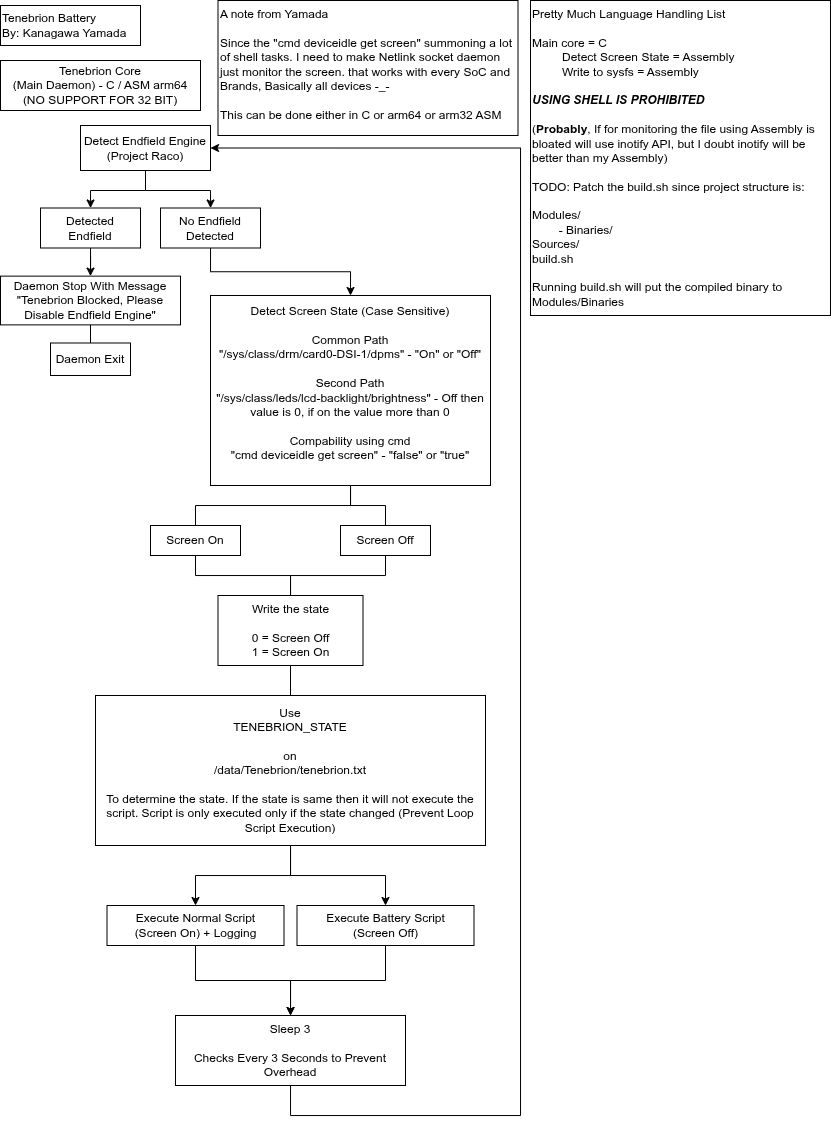
Earlier version of the draw.io export IMG & Concept/Concept ot Tenebrion.drawio.png (LoggingNewMemory/Tenebrion-Battery). Source tidied: cells renumbered, new cells last; positions are measured from the earlier drawing's top-left corner, leaving out a move shared by most shapes.
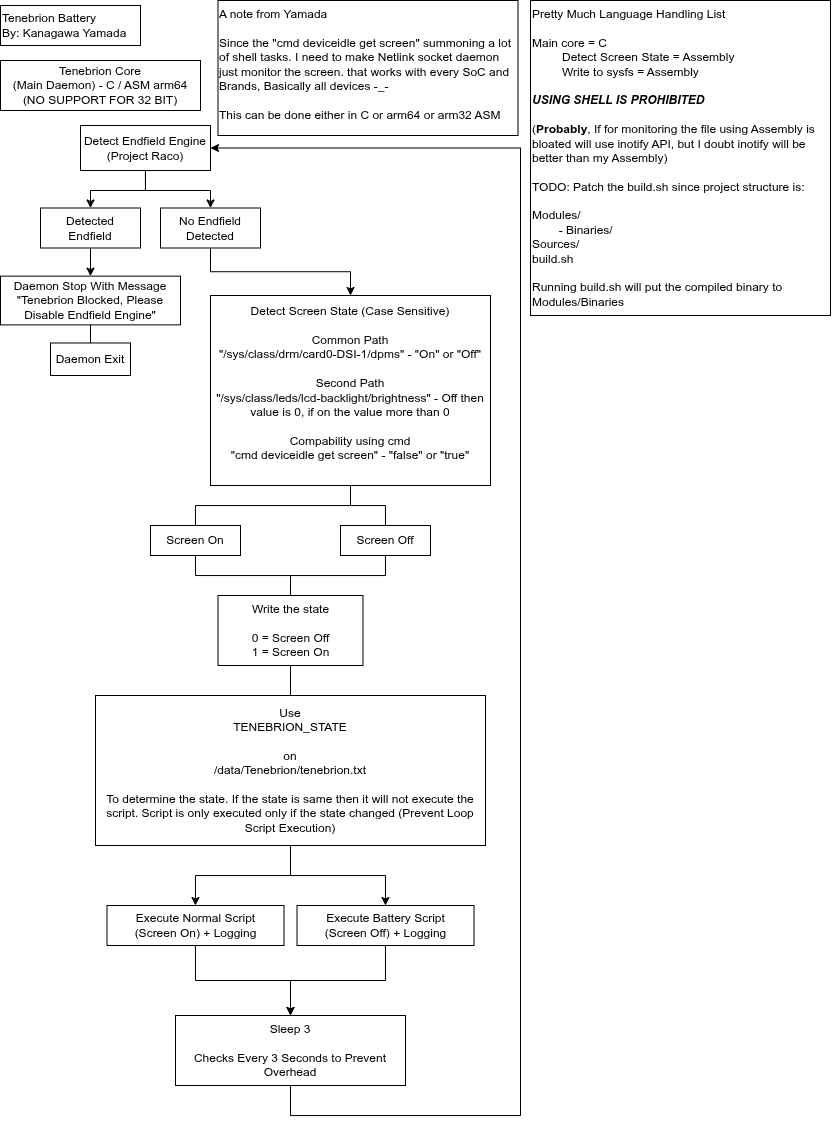
Later version of the same file.

What changed in the source:
```diff
@@ -68,7 +68,7 @@
     <mxCell id="23" style="edgeStyle=orthogonalEdgeStyle;rounded=0;jettySize=auto;html=1;" parent="1" edge="1" source="24" target="26">
       <mxGeometry relative="1" as="geometry" />
     </mxCell>
-    <mxCell id="24" value="Execute Battery Script&lt;div&gt;(Screen Off)&lt;/div&gt;" style="rounded=0;whiteSpace=wrap;html=1;" parent="1" vertex="1">
+    <mxCell id="24" value="Execute Battery Script&lt;div&gt;(Screen Off) + Logging&lt;/div&gt;" style="rounded=0;whiteSpace=wrap;html=1;" parent="1" vertex="1">
       <mxGeometry x="296.5" y="905" width="177" height="40" as="geometry" />
     </mxCell>
     <mxCell id="25" style="edgeStyle=orthogonalEdgeStyle;rounded=0;jettySize=auto;html=1;entryX=1;entryY=0.5;entryDx=0;entryDy=0;" parent="1" edge="1" source="26" target="9">
```
